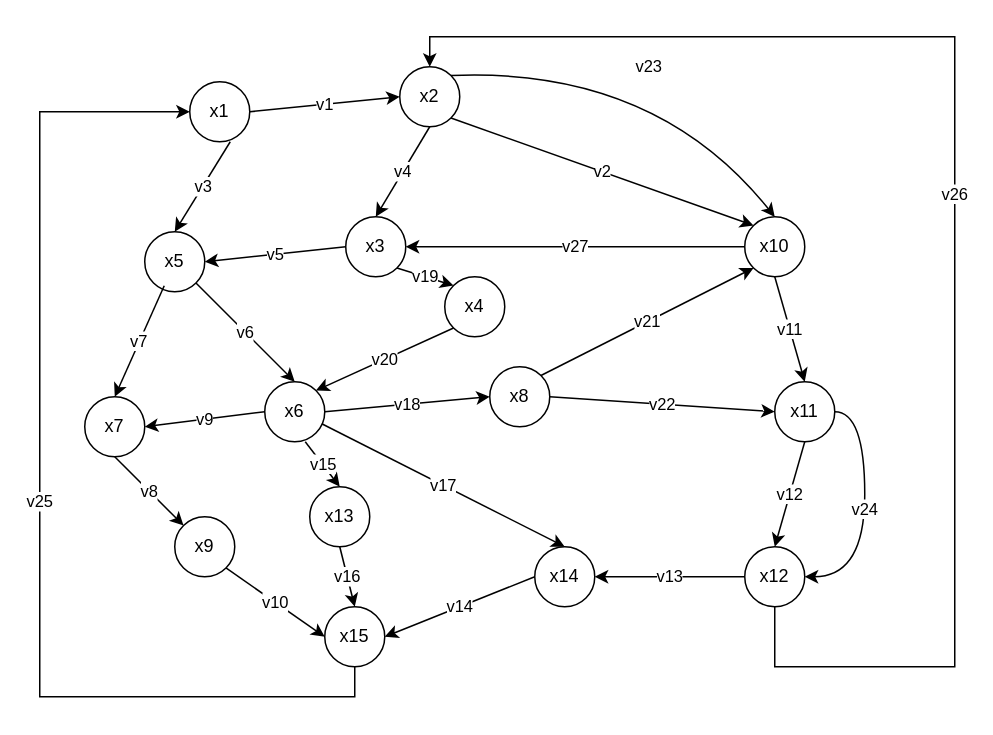
This is даня-лаби.drawio from Adamarthis/labs, a draw.io file, before an edit. Source tidied: cells renumbered, new cells numbered last; positions are measured from the earlier drawing's top-left corner, leaving out a move shared by most shapes. Both pictures are drawn from the tidied source at 150%, with x=0, y=0 at pixel (39, 36).
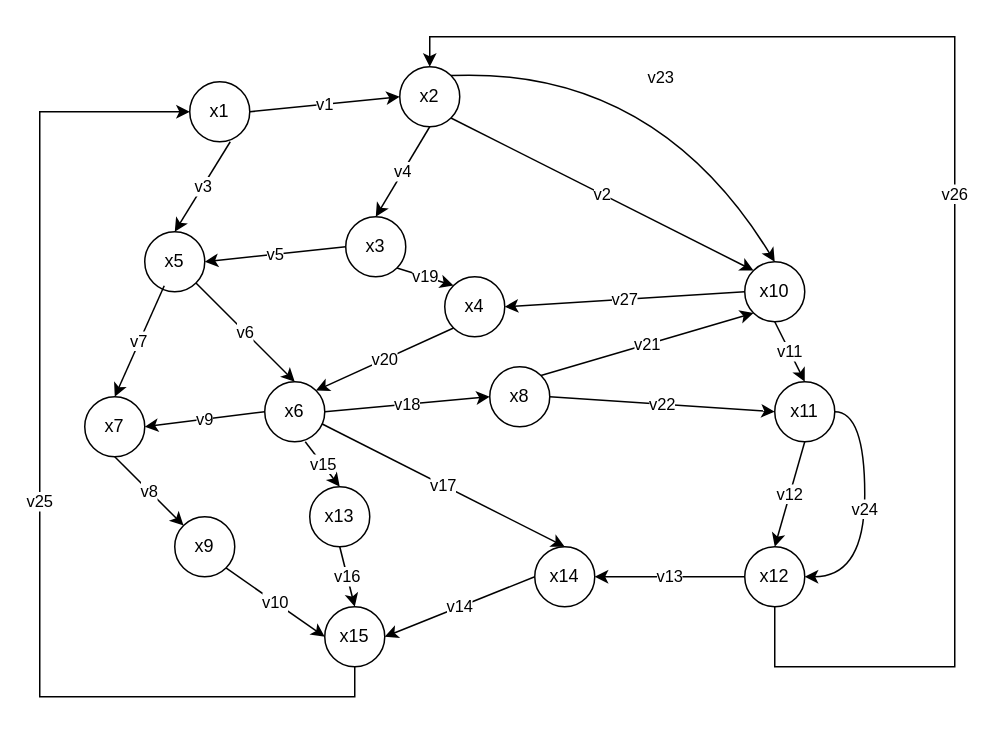
After the change.

Unchanged cells that the change refers to:
```xml
<mxCell id="5" value="x4" style="ellipse;whiteSpace=wrap;html=1;" parent="1" vertex="1">
  <mxGeometry x="270" y="160" width="40" height="40" as="geometry" />
</mxCell>
<mxCell id="6" value="x3" style="ellipse;whiteSpace=wrap;html=1;" parent="1" vertex="1">
  <mxGeometry x="204" y="120" width="40" height="40" as="geometry" />
</mxCell>
```

Change to the diagram source:
```diff
@@
     <mxCell id="4" value="x10" style="ellipse;whiteSpace=wrap;html=1;" parent="1" vertex="1">
-      <mxGeometry x="470" y="120" width="40" height="40" as="geometry" />
+      <mxGeometry x="470" y="150" width="40" height="40" as="geometry" />
     </mxCell>
@@
-    <mxCell id="41" value="v27" style="endArrow=classic;html=1;rounded=0;entryX=1;entryY=0.5;entryDx=0;entryDy=0;exitX=0;exitY=0.5;exitDx=0;exitDy=0;" parent="1" edge="1" source="4" target="6">
+    <mxCell id="41" value="v27" style="endArrow=classic;html=1;rounded=0;entryX=1;entryY=0.5;entryDx=0;entryDy=0;exitX=0;exitY=0.5;exitDx=0;exitDy=0;" parent="1" edge="1" source="4" target="5">
       <mxGeometry relative="1" as="geometry" />
     </mxCell>
```
